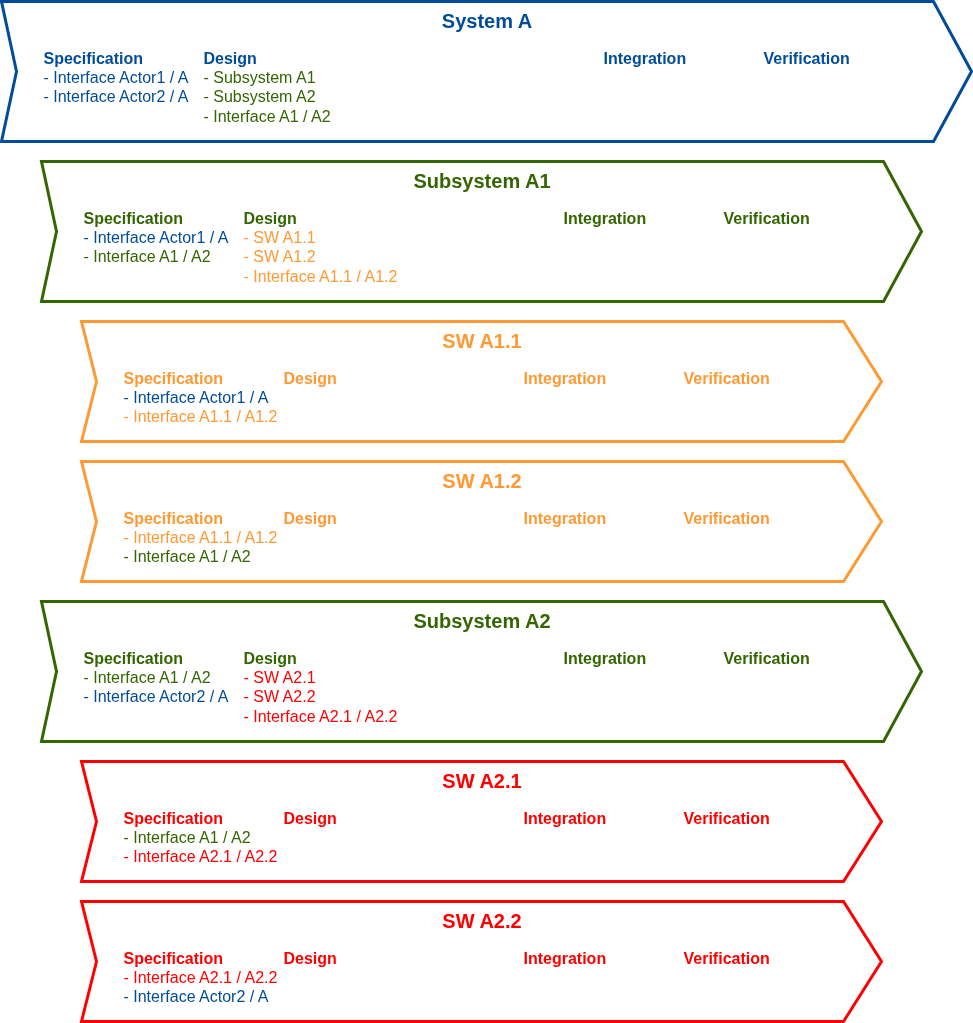
Above: schemas/system-breakdown-activities.drawio.png in alxroyer/edu-test-management (draw.io), before the change. Source tidied: cells renumbered, new cells last; positions are measured from the earlier drawing's top-left corner, leaving out a move shared by most shapes.
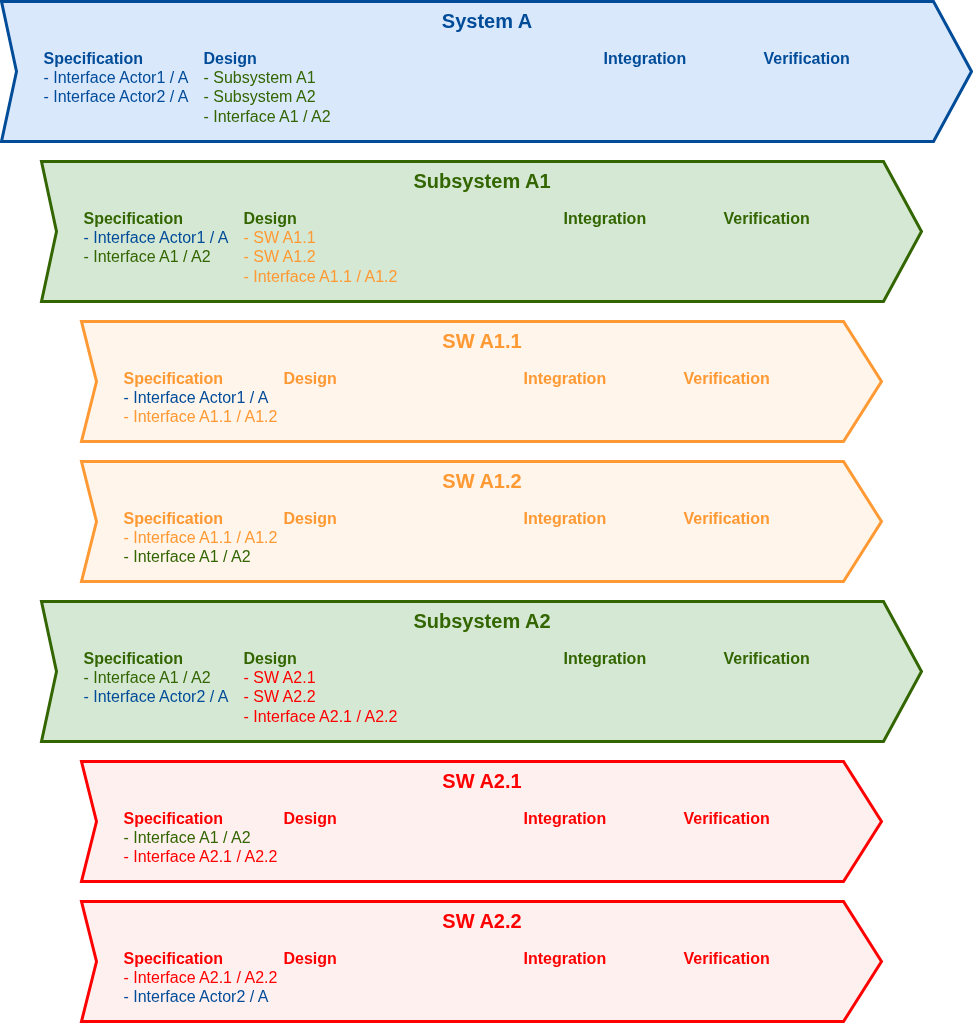
Above is the later version.

Commit message:
Set fill colors for `schemas/system-breakdown-activities.drawio`

Change to the diagram source:
```diff
@@ -2,7 +2,7 @@
   <root>
     <mxCell id="0" />
     <mxCell id="1" parent="0" />
-    <mxCell id="2" value="System A" style="html=1;shadow=0;dashed=0;align=center;verticalAlign=top;shape=mxgraph.arrows2.arrow;dy=0;dx=38;notch=15;strokeWidth=3;strokeColor=#004C99;fontColor=#004C99;fontSize=20;fontStyle=1;" parent="1" vertex="1">
+    <mxCell id="2" value="System A" style="html=1;shadow=0;dashed=0;align=center;verticalAlign=top;shape=mxgraph.arrows2.arrow;dy=0;dx=38;notch=15;strokeWidth=3;strokeColor=#004C99;fontColor=#004C99;fontSize=20;fontStyle=1;fillColor=#DAE8FC;" parent="1" vertex="1">
       <mxGeometry width="970" height="140" as="geometry" />
     </mxCell>
     <mxCell id="3" value="&lt;b&gt;Specification&lt;/b&gt;&lt;br&gt;- Interface Actor1 / A&lt;div&gt;- Interface Actor2 / A&lt;/div&gt;" style="text;html=1;align=left;verticalAlign=top;whiteSpace=wrap;rounded=0;fontSize=16;fontColor=#004C99;" parent="1" vertex="1">
@@ -17,7 +17,7 @@
     <mxCell id="6" value="&lt;b&gt;Verification&lt;/b&gt;" style="text;html=1;align=left;verticalAlign=top;whiteSpace=wrap;rounded=0;fontSize=16;fontColor=#004C99;" parent="1" vertex="1">
       <mxGeometry x="760" y="40" width="160" height="100" as="geometry" />
     </mxCell>
-    <mxCell id="7" value="Subsystem A1" style="html=1;shadow=0;dashed=0;align=center;verticalAlign=top;shape=mxgraph.arrows2.arrow;dy=0;dx=38;notch=15;strokeWidth=3;strokeColor=#336600;fontColor=#336600;fontSize=20;fontStyle=1;" parent="1" vertex="1">
+    <mxCell id="7" value="Subsystem A1" style="html=1;shadow=0;dashed=0;align=center;verticalAlign=top;shape=mxgraph.arrows2.arrow;dy=0;dx=38;notch=15;strokeWidth=3;strokeColor=#336600;fontColor=#336600;fontSize=20;fontStyle=1;fillColor=#D5E8D4;" parent="1" vertex="1">
       <mxGeometry x="40" y="160" width="880" height="140" as="geometry" />
     </mxCell>
     <mxCell id="8" value="&lt;b&gt;Specification&lt;/b&gt;&lt;div&gt;&lt;font style=&quot;color: rgb(0, 76, 153);&quot;&gt;- Interface Actor1 / A&lt;/font&gt;&lt;/div&gt;&lt;div&gt;- Interface A1 / A2&lt;/div&gt;" style="text;html=1;align=left;verticalAlign=top;whiteSpace=wrap;rounded=0;fontSize=16;fontColor=#336600;strokeColor=none;" parent="1" vertex="1">
@@ -32,7 +32,7 @@
     <mxCell id="11" value="&lt;b&gt;Verification&lt;/b&gt;" style="text;html=1;align=left;verticalAlign=top;whiteSpace=wrap;rounded=0;fontSize=16;fontColor=#336600;strokeColor=none;" parent="1" vertex="1">
       <mxGeometry x="720" y="200" width="160" height="100" as="geometry" />
     </mxCell>
-    <mxCell id="12" value="SW A1.1" style="html=1;shadow=0;dashed=0;align=center;verticalAlign=top;shape=mxgraph.arrows2.arrow;dy=0;dx=38;notch=15;strokeWidth=3;strokeColor=#FF9933;fontColor=#FF9933;fontSize=20;fontStyle=1;" parent="1" vertex="1">
+    <mxCell id="12" value="SW A1.1" style="html=1;shadow=0;dashed=0;align=center;verticalAlign=top;shape=mxgraph.arrows2.arrow;dy=0;dx=38;notch=15;strokeWidth=3;strokeColor=#FF9933;fontColor=#FF9933;fontSize=20;fontStyle=1;fillColor=#FFF5EB;" parent="1" vertex="1">
       <mxGeometry x="80" y="320" width="800" height="120" as="geometry" />
     </mxCell>
     <mxCell id="13" value="&lt;b&gt;Specification&lt;/b&gt;&lt;div&gt;&lt;font style=&quot;color: rgb(0, 76, 153);&quot;&gt;- Interface Actor1 / A&lt;/font&gt;&lt;/div&gt;&lt;div&gt;- Interface A1.1 / A1.2&lt;/div&gt;" style="text;html=1;align=left;verticalAlign=top;whiteSpace=wrap;rounded=0;fontSize=16;fontColor=#FF9933;strokeColor=none;" parent="1" vertex="1">
@@ -47,7 +47,7 @@
     <mxCell id="16" value="&lt;b&gt;Verification&lt;/b&gt;" style="text;html=1;align=left;verticalAlign=top;whiteSpace=wrap;rounded=0;fontSize=16;fontColor=#FF9933;strokeColor=none;" parent="1" vertex="1">
       <mxGeometry x="680" y="360" width="160" height="80" as="geometry" />
     </mxCell>
-    <mxCell id="17" value="SW A1.2" style="html=1;shadow=0;dashed=0;align=center;verticalAlign=top;shape=mxgraph.arrows2.arrow;dy=0;dx=38;notch=15;strokeWidth=3;strokeColor=#FF9933;fontColor=#FF9933;fontSize=20;fontStyle=1;" parent="1" vertex="1">
+    <mxCell id="17" value="SW A1.2" style="html=1;shadow=0;dashed=0;align=center;verticalAlign=top;shape=mxgraph.arrows2.arrow;dy=0;dx=38;notch=15;strokeWidth=3;strokeColor=#FF9933;fontColor=#FF9933;fontSize=20;fontStyle=1;fillColor=#FFF5EB;" parent="1" vertex="1">
       <mxGeometry x="80" y="460" width="800" height="120" as="geometry" />
     </mxCell>
     <mxCell id="18" value="&lt;b&gt;Specification&lt;/b&gt;&lt;div&gt;&lt;span style=&quot;background-color: transparent; color: light-dark(rgb(255, 153, 51), rgb(169, 81, 0));&quot;&gt;- Interface A1.1 / A1.2&lt;/span&gt;&lt;/div&gt;&lt;div&gt;&lt;span style=&quot;background-color: transparent;&quot;&gt;&lt;font style=&quot;color: light-dark(rgb(51, 102, 0), rgb(169, 81, 0));&quot;&gt;- Interface A1 / A2&lt;/font&gt;&lt;/span&gt;&lt;/div&gt;" style="text;html=1;align=left;verticalAlign=top;whiteSpace=wrap;rounded=0;fontSize=16;fontColor=#FF9933;strokeColor=none;" parent="1" vertex="1">
@@ -62,7 +62,7 @@
     <mxCell id="21" value="&lt;b&gt;Verification&lt;/b&gt;" style="text;html=1;align=left;verticalAlign=top;whiteSpace=wrap;rounded=0;fontSize=16;fontColor=#FF9933;strokeColor=none;" parent="1" vertex="1">
       <mxGeometry x="680" y="500" width="160" height="80" as="geometry" />
     </mxCell>
-    <mxCell id="22" value="Subsystem A2" style="html=1;shadow=0;dashed=0;align=center;verticalAlign=top;shape=mxgraph.arrows2.arrow;dy=0;dx=38;notch=15;strokeWidth=3;strokeColor=#336600;fontColor=#336600;fontSize=20;fontStyle=1;" parent="1" vertex="1">
+    <mxCell id="22" value="Subsystem A2" style="html=1;shadow=0;dashed=0;align=center;verticalAlign=top;shape=mxgraph.arrows2.arrow;dy=0;dx=38;notch=15;strokeWidth=3;strokeColor=#336600;fontColor=#336600;fontSize=20;fontStyle=1;fillColor=#D5E8D4;" parent="1" vertex="1">
       <mxGeometry x="40" y="600" width="880" height="140" as="geometry" />
     </mxCell>
     <mxCell id="23" value="&lt;b&gt;Specification&lt;/b&gt;&lt;div&gt;- Interface A1 / A2&lt;/div&gt;&lt;div&gt;&lt;span style=&quot;color: rgb(0, 76, 153);&quot;&gt;- Interface Actor2 / A&lt;/span&gt;&lt;/div&gt;" style="text;html=1;align=left;verticalAlign=top;whiteSpace=wrap;rounded=0;fontSize=16;fontColor=#336600;strokeColor=none;" parent="1" vertex="1">
@@ -77,7 +77,7 @@
     <mxCell id="26" value="&lt;b&gt;Verification&lt;/b&gt;" style="text;html=1;align=left;verticalAlign=top;whiteSpace=wrap;rounded=0;fontSize=16;fontColor=#336600;strokeColor=none;" parent="1" vertex="1">
       <mxGeometry x="720" y="640" width="160" height="100" as="geometry" />
     </mxCell>
-    <mxCell id="27" value="SW A2.2" style="html=1;shadow=0;dashed=0;align=center;verticalAlign=top;shape=mxgraph.arrows2.arrow;dy=0;dx=38;notch=15;strokeWidth=3;strokeColor=#FF0000;fontColor=#FF0000;fontSize=20;fontStyle=1;" parent="1" vertex="1">
+    <mxCell id="27" value="SW A2.2" style="html=1;shadow=0;dashed=0;align=center;verticalAlign=top;shape=mxgraph.arrows2.arrow;dy=0;dx=38;notch=15;strokeWidth=3;strokeColor=#FF0000;fontColor=#FF0000;fontSize=20;fontStyle=1;fillColor=#FFF0F0;" parent="1" vertex="1">
       <mxGeometry x="80" y="900" width="800" height="120" as="geometry" />
     </mxCell>
     <mxCell id="28" value="&lt;b&gt;Specification&lt;/b&gt;&lt;div&gt;- Interface A2.1 / A2.2&lt;/div&gt;&lt;div&gt;&lt;span style=&quot;&quot;&gt;&lt;font style=&quot;color: rgb(0, 76, 153);&quot;&gt;- Interface Actor2 / A&lt;/font&gt;&lt;/span&gt;&lt;/div&gt;" style="text;html=1;align=left;verticalAlign=top;whiteSpace=wrap;rounded=0;fontSize=16;fontColor=#FF0000;strokeColor=none;" parent="1" vertex="1">
@@ -92,7 +92,7 @@
     <mxCell id="31" value="&lt;b&gt;Verification&lt;/b&gt;" style="text;html=1;align=left;verticalAlign=top;whiteSpace=wrap;rounded=0;fontSize=16;fontColor=#FF0000;strokeColor=none;" parent="1" vertex="1">
       <mxGeometry x="680" y="940" width="160" height="80" as="geometry" />
     </mxCell>
-    <mxCell id="32" value="SW A2.1" style="html=1;shadow=0;dashed=0;align=center;verticalAlign=top;shape=mxgraph.arrows2.arrow;dy=0;dx=38;notch=15;strokeWidth=3;strokeColor=#FF0000;fontColor=#FF0000;fontSize=20;fontStyle=1;" parent="1" vertex="1">
+    <mxCell id="32" value="SW A2.1" style="html=1;shadow=0;dashed=0;align=center;verticalAlign=top;shape=mxgraph.arrows2.arrow;dy=0;dx=38;notch=15;strokeWidth=3;strokeColor=#FF0000;fontColor=#FF0000;fontSize=20;fontStyle=1;fillColor=#FFF0F0;" parent="1" vertex="1">
       <mxGeometry x="80" y="760" width="800" height="120" as="geometry" />
     </mxCell>
     <mxCell id="33" value="&lt;b&gt;Specification&lt;/b&gt;&lt;div&gt;&lt;span style=&quot;&quot;&gt;&lt;font style=&quot;color: rgb(51, 102, 0);&quot;&gt;- Interface A1 / A2&lt;/font&gt;&lt;/span&gt;&lt;b&gt;&lt;br&gt;&lt;/b&gt;&lt;div&gt;&lt;span style=&quot;background-color: transparent;&quot;&gt;- Interface A2.1 / A2.2&lt;/span&gt;&lt;/div&gt;&lt;/div&gt;" style="text;html=1;align=left;verticalAlign=top;whiteSpace=wrap;rounded=0;fontSize=16;fontColor=#FF0000;strokeColor=none;" parent="1" vertex="1">
```
